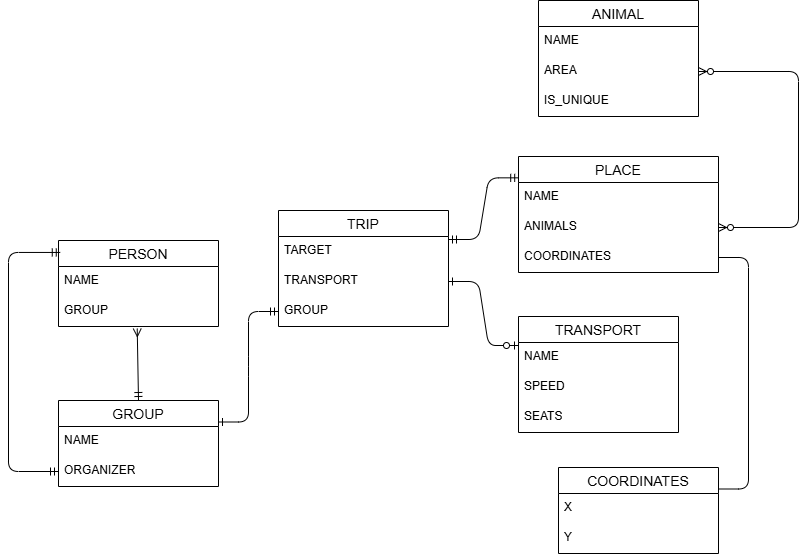
Earlier version of the draw.io export lab1/InfoModel.drawio.png (Xaabibas/Databases). Source tidied: cells renumbered, new cells last; positions are measured from the earlier drawing's top-left corner, leaving out a move shared by most shapes. Source of this version:
```xml
<mxGraphModel>
  <root>
    <mxCell id="0" />
    <mxCell id="1" parent="0" />
    <mxCell id="2" value="PERSON" style="swimlane;fontStyle=0;horizontal=1;startSize=26;align=center;fontSize=14;" parent="1" vertex="1">
      <mxGeometry x="50" y="240" width="160" height="86" as="geometry" />
    </mxCell>
    <mxCell id="3" value="NAME" style="text;strokeColor=none;fillColor=none;spacingLeft=4;spacingRight=4;overflow=hidden;fontSize=12;whiteSpace=wrap;html=1;" parent="2" vertex="1">
      <mxGeometry y="26" width="160" height="30" as="geometry" />
    </mxCell>
    <mxCell id="4" value="GROUP" style="text;strokeColor=none;fillColor=none;spacingLeft=4;spacingRight=4;overflow=hidden;points=[[0,0.5],[1,0.5]];portConstraint=eastwest;fontSize=12;whiteSpace=wrap;html=1;" parent="2" vertex="1">
      <mxGeometry y="56" width="160" height="30" as="geometry" />
    </mxCell>
    <mxCell id="5" value="TRIP" style="swimlane;fontStyle=0;horizontal=1;startSize=26;align=center;fontSize=14;" parent="1" vertex="1">
      <mxGeometry x="270" y="210" width="170" height="116" as="geometry" />
    </mxCell>
    <mxCell id="6" value="TARGET" style="text;strokeColor=none;fillColor=none;spacingLeft=4;spacingRight=4;overflow=hidden;fontSize=12;whiteSpace=wrap;html=1;" parent="5" vertex="1">
      <mxGeometry y="26" width="170" height="30" as="geometry" />
    </mxCell>
    <mxCell id="7" value="TRANSPORT" style="text;strokeColor=none;fillColor=none;spacingLeft=4;spacingRight=4;overflow=hidden;points=[[0,0.5],[1,0.5]];portConstraint=eastwest;fontSize=12;whiteSpace=wrap;html=1;" parent="5" vertex="1">
      <mxGeometry y="56" width="170" height="30" as="geometry" />
    </mxCell>
    <mxCell id="8" value="GROUP" style="text;strokeColor=none;fillColor=none;spacingLeft=4;spacingRight=4;overflow=hidden;points=[[0,0.5],[1,0.5]];portConstraint=eastwest;fontSize=12;whiteSpace=wrap;html=1;" parent="5" vertex="1">
      <mxGeometry y="86" width="170" height="30" as="geometry" />
    </mxCell>
    <mxCell id="9" value="GROUP" style="swimlane;fontStyle=0;horizontal=1;startSize=26;align=center;fontSize=14;" parent="1" vertex="1">
      <mxGeometry x="50" y="400" width="160" height="86" as="geometry" />
    </mxCell>
    <mxCell id="10" value="NAME" style="text;strokeColor=none;fillColor=none;spacingLeft=4;spacingRight=4;overflow=hidden;fontSize=12;whiteSpace=wrap;html=1;" parent="9" vertex="1">
      <mxGeometry y="26" width="160" height="30" as="geometry" />
    </mxCell>
    <mxCell id="11" value="ORGANIZER" style="text;strokeColor=none;fillColor=none;spacingLeft=4;spacingRight=4;overflow=hidden;points=[[0,0.5],[1,0.5]];portConstraint=eastwest;fontSize=12;whiteSpace=wrap;html=1;" parent="9" vertex="1">
      <mxGeometry y="56" width="160" height="30" as="geometry" />
    </mxCell>
    <mxCell id="12" value="PLACE" style="swimlane;fontStyle=0;horizontal=1;startSize=26;align=center;fontSize=14;" parent="1" vertex="1">
      <mxGeometry x="510" y="156" width="200" height="116" as="geometry" />
    </mxCell>
    <mxCell id="13" value="NAME" style="text;strokeColor=none;fillColor=none;spacingLeft=4;spacingRight=4;overflow=hidden;fontSize=12;whiteSpace=wrap;html=1;" parent="12" vertex="1">
      <mxGeometry y="26" width="200" height="30" as="geometry" />
    </mxCell>
    <mxCell id="14" value="ANIMALS" style="text;strokeColor=none;fillColor=none;spacingLeft=4;spacingRight=4;overflow=hidden;points=[[0,0.5],[1,0.5]];portConstraint=eastwest;fontSize=12;whiteSpace=wrap;html=1;" parent="12" vertex="1">
      <mxGeometry y="56" width="200" height="30" as="geometry" />
    </mxCell>
    <mxCell id="15" value="COORDINATES" style="text;strokeColor=none;fillColor=none;spacingLeft=4;spacingRight=4;overflow=hidden;points=[[0,0.5],[1,0.5]];portConstraint=eastwest;fontSize=12;whiteSpace=wrap;html=1;" parent="12" vertex="1">
      <mxGeometry y="86" width="200" height="30" as="geometry" />
    </mxCell>
    <mxCell id="16" value="ANIMAL" style="swimlane;fontStyle=0;horizontal=1;startSize=26;align=center;fontSize=14;" parent="1" vertex="1">
      <mxGeometry x="530" width="160" height="116" as="geometry" />
    </mxCell>
    <mxCell id="17" value="NAME" style="text;strokeColor=none;fillColor=none;spacingLeft=4;spacingRight=4;overflow=hidden;fontSize=12;whiteSpace=wrap;html=1;" parent="16" vertex="1">
      <mxGeometry y="26" width="160" height="30" as="geometry" />
    </mxCell>
    <mxCell id="18" value="AREA" style="text;strokeColor=none;fillColor=none;spacingLeft=4;spacingRight=4;overflow=hidden;points=[[0,0.5],[1,0.5]];portConstraint=eastwest;fontSize=12;whiteSpace=wrap;html=1;" parent="16" vertex="1">
      <mxGeometry y="56" width="160" height="30" as="geometry" />
    </mxCell>
    <mxCell id="19" value="IS_UNIQUE" style="text;strokeColor=none;fillColor=none;spacingLeft=4;spacingRight=4;overflow=hidden;fontSize=12;whiteSpace=wrap;html=1;" parent="16" vertex="1">
      <mxGeometry y="86" width="160" height="30" as="geometry" />
    </mxCell>
    <mxCell id="20" value="TRANSPORT" style="swimlane;fontStyle=0;horizontal=1;startSize=26;align=center;fontSize=14;" parent="1" vertex="1">
      <mxGeometry x="510" y="316" width="160" height="116" as="geometry" />
    </mxCell>
    <mxCell id="21" value="NAME" style="text;strokeColor=none;fillColor=none;spacingLeft=4;spacingRight=4;overflow=hidden;fontSize=12;whiteSpace=wrap;html=1;" parent="20" vertex="1">
      <mxGeometry y="26" width="160" height="30" as="geometry" />
    </mxCell>
    <mxCell id="22" value="SPEED" style="text;strokeColor=none;fillColor=none;spacingLeft=4;spacingRight=4;overflow=hidden;fontSize=12;whiteSpace=wrap;html=1;" parent="20" vertex="1">
      <mxGeometry y="56" width="160" height="30" as="geometry" />
    </mxCell>
    <mxCell id="23" value="SEATS" style="text;strokeColor=none;fillColor=none;spacingLeft=4;spacingRight=4;overflow=hidden;fontSize=12;whiteSpace=wrap;html=1;" parent="20" vertex="1">
      <mxGeometry y="86" width="160" height="30" as="geometry" />
    </mxCell>
    <mxCell id="24" style="edgeStyle=elbowEdgeStyle;fontSize=12;html=1;endArrow=ERzeroToMany;endFill=1;startArrow=ERzeroToMany;rounded=1;entryX=1;entryY=0.5;entryDx=0;entryDy=0;exitX=1;exitY=0.5;exitDx=0;exitDy=0;curved=0;" parent="1" edge="1" source="14" target="18">
      <mxGeometry relative="1" as="geometry">
        <Array as="points">
          <mxPoint x="790" y="160" />
        </Array>
      </mxGeometry>
    </mxCell>
    <mxCell id="25" style="edgeStyle=entityRelationEdgeStyle;fontSize=12;html=1;endArrow=ERmandOne;startArrow=ERmandOne;rounded=1;exitX=1;exitY=0.25;exitDx=0;exitDy=0;entryX=0.001;entryY=0.184;entryDx=0;entryDy=0;entryPerimeter=0;curved=0;" parent="1" edge="1" source="5" target="12">
      <mxGeometry relative="1" as="geometry" />
    </mxCell>
    <mxCell id="26" style="fontSize=12;html=1;endArrow=ERmandOne;endFill=0;rounded=1;exitX=0.492;exitY=1.068;exitDx=0;exitDy=0;exitPerimeter=0;startArrow=ERmany;startFill=0;flowAnimation=0;shadow=0;strokeColor=default;entryX=0.5;entryY=0;entryDx=0;entryDy=0;curved=0;" parent="1" edge="1" source="4" target="9">
      <mxGeometry relative="1" as="geometry" />
    </mxCell>
    <mxCell id="27" style="endArrow=ERmandOne;html=1;rounded=1;exitX=1;exitY=0.25;exitDx=0;exitDy=0;entryX=0;entryY=0.5;entryDx=0;entryDy=0;edgeStyle=entityRelationEdgeStyle;curved=0;startArrow=ERone;startFill=0;endFill=0;" parent="1" edge="1" source="9" target="8">
      <mxGeometry relative="1" as="geometry" />
    </mxCell>
    <mxCell id="28" style="endArrow=ERzeroToOne;html=1;rounded=1;exitX=1;exitY=0.5;exitDx=0;exitDy=0;entryX=0;entryY=0.25;entryDx=0;entryDy=0;edgeStyle=entityRelationEdgeStyle;curved=0;startArrow=ERone;startFill=0;endFill=0;" parent="1" edge="1" source="7" target="20">
      <mxGeometry relative="1" as="geometry" />
    </mxCell>
    <mxCell id="29" value="COORDINATES" style="swimlane;fontStyle=0;horizontal=1;startSize=26;align=center;fontSize=14;" parent="1" vertex="1">
      <mxGeometry x="550" y="467" width="160" height="86" as="geometry" />
    </mxCell>
    <mxCell id="30" value="X" style="text;strokeColor=none;fillColor=none;spacingLeft=4;spacingRight=4;overflow=hidden;fontSize=12;whiteSpace=wrap;html=1;" parent="29" vertex="1">
      <mxGeometry y="26" width="160" height="30" as="geometry" />
    </mxCell>
    <mxCell id="31" value="Y" style="text;strokeColor=none;fillColor=none;spacingLeft=4;spacingRight=4;overflow=hidden;fontSize=12;whiteSpace=wrap;html=1;" parent="29" vertex="1">
      <mxGeometry y="56" width="160" height="30" as="geometry" />
    </mxCell>
    <mxCell id="32" style="endArrow=none;html=1;rounded=1;entryX=1;entryY=0.25;entryDx=0;entryDy=0;exitX=1;exitY=0.5;exitDx=0;exitDy=0;edgeStyle=entityRelationEdgeStyle;curved=0;" parent="1" edge="1" source="15" target="29">
      <mxGeometry relative="1" as="geometry" />
    </mxCell>
    <mxCell id="33" style="edgeStyle=elbowEdgeStyle;fontSize=12;html=1;endArrow=ERmandOne;startArrow=ERmandOne;rounded=1;entryX=0;entryY=0.5;entryDx=0;entryDy=0;exitX=0.011;exitY=0.139;exitDx=0;exitDy=0;exitPerimeter=0;curved=0;" parent="1" edge="1" source="2" target="11">
      <mxGeometry relative="1" as="geometry">
        <Array as="points">
          <mxPoint y="360" />
        </Array>
      </mxGeometry>
    </mxCell>
  </root>
</mxGraphModel>
```
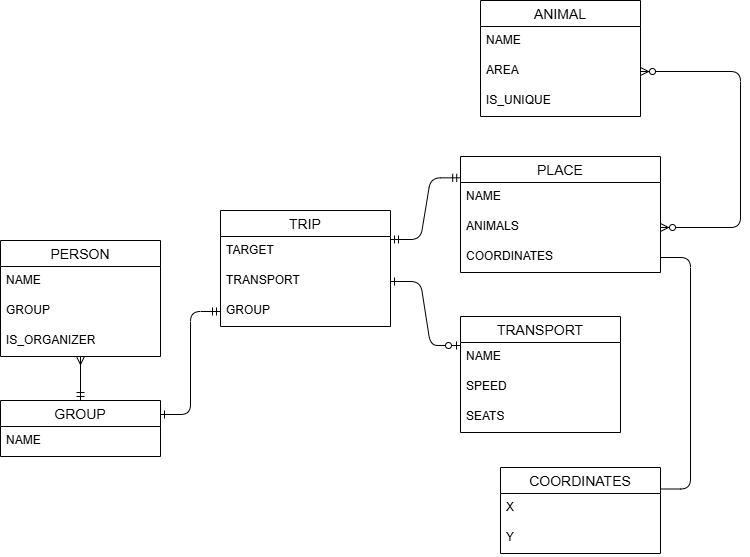
The same file after the commit.

Diff of the diagram source:
```diff
@@ -3,7 +3,7 @@
     <mxCell id="0" />
     <mxCell id="1" parent="0" />
     <mxCell id="2" value="PERSON" style="swimlane;fontStyle=0;horizontal=1;startSize=26;align=center;fontSize=14;" parent="1" vertex="1">
-      <mxGeometry x="50" y="240" width="160" height="86" as="geometry" />
+      <mxGeometry x="50" y="240" width="160" height="116" as="geometry" />
     </mxCell>
     <mxCell id="3" value="NAME" style="text;strokeColor=none;fillColor=none;spacingLeft=4;spacingRight=4;overflow=hidden;fontSize=12;whiteSpace=wrap;html=1;" parent="2" vertex="1">
       <mxGeometry y="26" width="160" height="30" as="geometry" />
@@ -11,6 +11,9 @@
     <mxCell id="4" value="GROUP" style="text;strokeColor=none;fillColor=none;spacingLeft=4;spacingRight=4;overflow=hidden;points=[[0,0.5],[1,0.5]];portConstraint=eastwest;fontSize=12;whiteSpace=wrap;html=1;" parent="2" vertex="1">
       <mxGeometry y="56" width="160" height="30" as="geometry" />
     </mxCell>
+    <mxCell id="34" value="IS_ORGANIZER" style="text;strokeColor=none;fillColor=none;spacingLeft=4;spacingRight=4;overflow=hidden;points=[[0,0.5],[1,0.5]];portConstraint=eastwest;fontSize=12;whiteSpace=wrap;html=1;" parent="2" vertex="1">
+      <mxGeometry y="86" width="160" height="30" as="geometry" />
+    </mxCell>
     <mxCell id="5" value="TRIP" style="swimlane;fontStyle=0;horizontal=1;startSize=26;align=center;fontSize=14;" parent="1" vertex="1">
       <mxGeometry x="270" y="210" width="170" height="116" as="geometry" />
     </mxCell>
@@ -24,14 +27,11 @@
       <mxGeometry y="86" width="170" height="30" as="geometry" />
     </mxCell>
     <mxCell id="9" value="GROUP" style="swimlane;fontStyle=0;horizontal=1;startSize=26;align=center;fontSize=14;" parent="1" vertex="1">
-      <mxGeometry x="50" y="400" width="160" height="86" as="geometry" />
+      <mxGeometry x="50" y="400" width="160" height="56" as="geometry" />
     </mxCell>
     <mxCell id="10" value="NAME" style="text;strokeColor=none;fillColor=none;spacingLeft=4;spacingRight=4;overflow=hidden;fontSize=12;whiteSpace=wrap;html=1;" parent="9" vertex="1">
       <mxGeometry y="26" width="160" height="30" as="geometry" />
     </mxCell>
-    <mxCell id="11" value="ORGANIZER" style="text;strokeColor=none;fillColor=none;spacingLeft=4;spacingRight=4;overflow=hidden;points=[[0,0.5],[1,0.5]];portConstraint=eastwest;fontSize=12;whiteSpace=wrap;html=1;" parent="9" vertex="1">
-      <mxGeometry y="56" width="160" height="30" as="geometry" />
-    </mxCell>
     <mxCell id="12" value="PLACE" style="swimlane;fontStyle=0;horizontal=1;startSize=26;align=center;fontSize=14;" parent="1" vertex="1">
       <mxGeometry x="510" y="156" width="200" height="116" as="geometry" />
     </mxCell>
@@ -78,7 +78,7 @@
     <mxCell id="25" style="edgeStyle=entityRelationEdgeStyle;fontSize=12;html=1;endArrow=ERmandOne;startArrow=ERmandOne;rounded=1;exitX=1;exitY=0.25;exitDx=0;exitDy=0;entryX=0.001;entryY=0.184;entryDx=0;entryDy=0;entryPerimeter=0;curved=0;" parent="1" edge="1" source="5" target="12">
       <mxGeometry relative="1" as="geometry" />
     </mxCell>
-    <mxCell id="26" style="fontSize=12;html=1;endArrow=ERmandOne;endFill=0;rounded=1;exitX=0.492;exitY=1.068;exitDx=0;exitDy=0;exitPerimeter=0;startArrow=ERmany;startFill=0;flowAnimation=0;shadow=0;strokeColor=default;entryX=0.5;entryY=0;entryDx=0;entryDy=0;curved=0;" parent="1" edge="1" source="4" target="9">
+    <mxCell id="26" style="fontSize=12;html=1;endArrow=ERmandOne;endFill=0;rounded=1;startArrow=ERmany;startFill=0;flowAnimation=0;shadow=0;strokeColor=default;entryX=0.5;entryY=0;entryDx=0;entryDy=0;curved=0;" parent="1" edge="1" source="34" target="9">
       <mxGeometry relative="1" as="geometry" />
     </mxCell>
     <mxCell id="27" style="endArrow=ERmandOne;html=1;rounded=1;exitX=1;exitY=0.25;exitDx=0;exitDy=0;entryX=0;entryY=0.5;entryDx=0;entryDy=0;edgeStyle=entityRelationEdgeStyle;curved=0;startArrow=ERone;startFill=0;endFill=0;" parent="1" edge="1" source="9" target="8">
@@ -99,12 +99,5 @@
     <mxCell id="32" style="endArrow=none;html=1;rounded=1;entryX=1;entryY=0.25;entryDx=0;entryDy=0;exitX=1;exitY=0.5;exitDx=0;exitDy=0;edgeStyle=entityRelationEdgeStyle;curved=0;" parent="1" edge="1" source="15" target="29">
       <mxGeometry relative="1" as="geometry" />
     </mxCell>
-    <mxCell id="33" style="edgeStyle=elbowEdgeStyle;fontSize=12;html=1;endArrow=ERmandOne;startArrow=ERmandOne;rounded=1;entryX=0;entryY=0.5;entryDx=0;entryDy=0;exitX=0.011;exitY=0.139;exitDx=0;exitDy=0;exitPerimeter=0;curved=0;" parent="1" edge="1" source="2" target="11">
-      <mxGeometry relative="1" as="geometry">
-        <Array as="points">
-          <mxPoint y="360" />
-        </Array>
-      </mxGeometry>
-    </mxCell>
   </root>
 </mxGraphModel>
```
